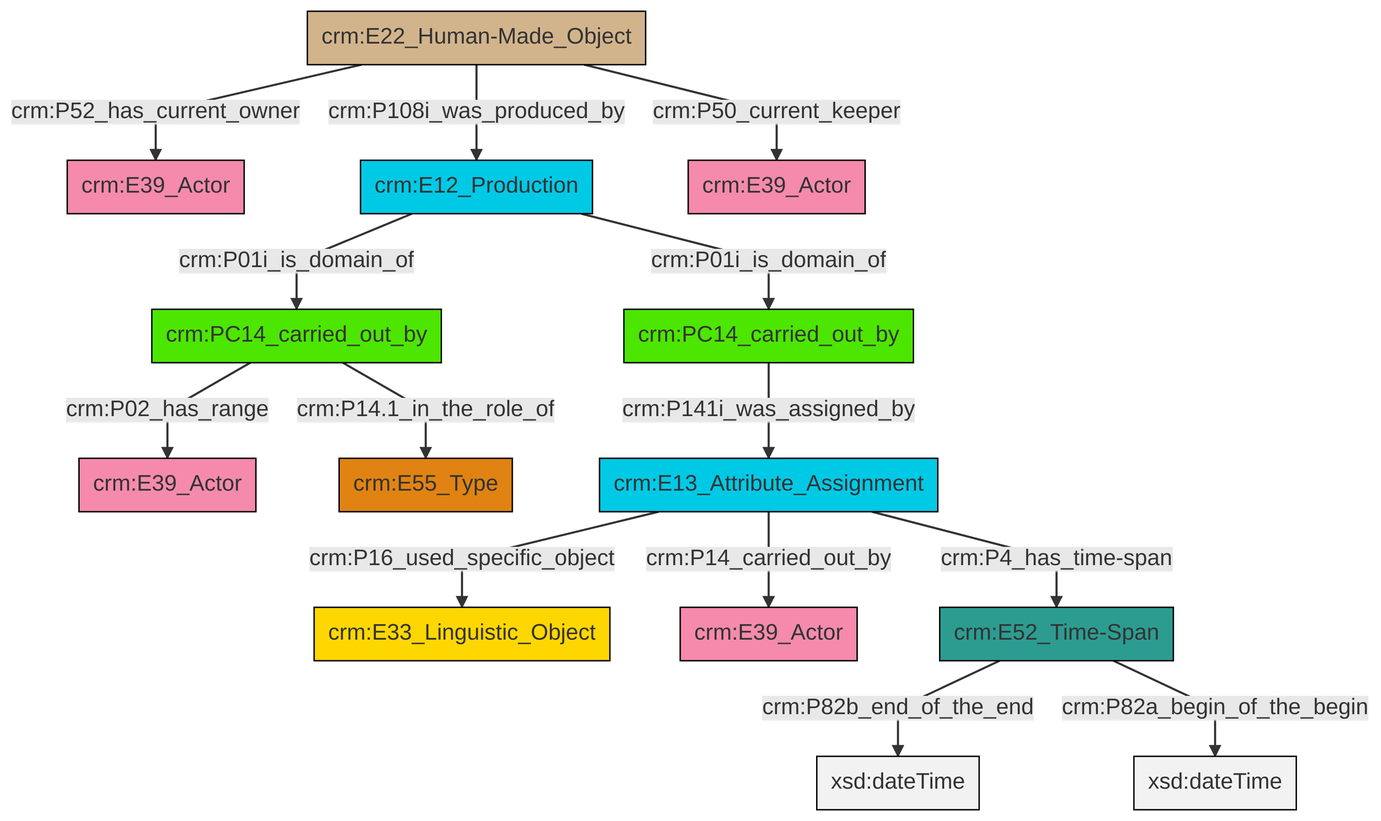
Before: et/carrierCSV/ttl/mmd/png/carrier_relations.png, a diagram exported from Mermaid (swiss-art-research-net/docs.swissartresearch). Its source is kept beside it as et/carrierCSV/ttl/mmd/carrier_relations.ttl.mmd.
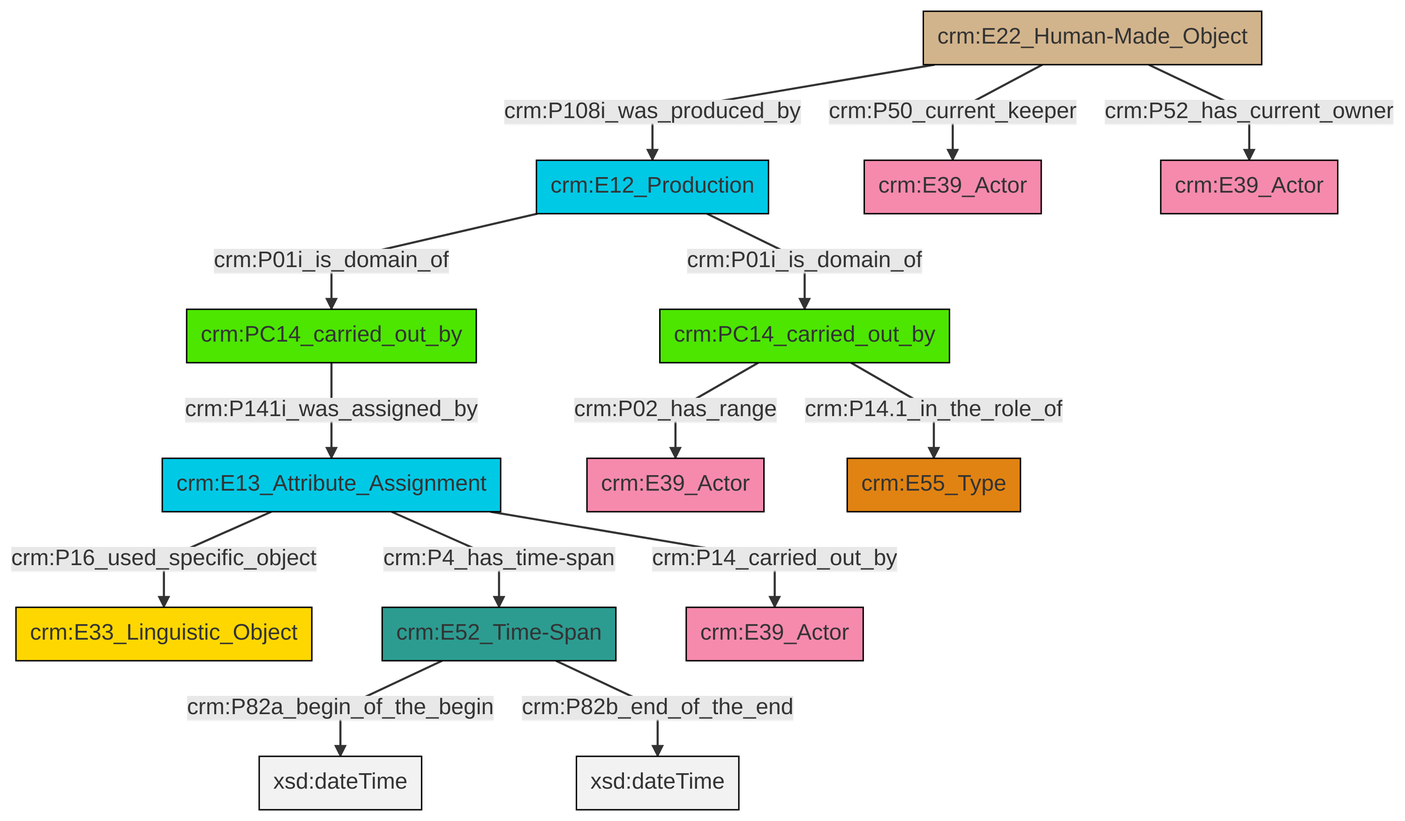
The same file after the commit.

Diff of the diagram source:
```diff
@@ -13,16 +13,16 @@
 classDef PC_Classes fill:#4ce600, stroke:#000000;
 classDef Multi fill:#cccccc,stroke:#000000;
 
-2["crm:PC14_carried_out_by"]:::PC_Classes -->|crm:P02_has_range| 3["crm:E39_Actor"]:::Actor
-4["crm:E13_Attribute_Assignment"]:::Temporal_Entity -->|crm:P16_used_specific_object| 5["crm:E33_Linguistic_Object"]:::Conceptual_Object
-8["crm:E52_Time-Span"]:::Time-Span -->|crm:P82b_end_of_the_end| 9[xsd:dateTime]:::Literal
-6["crm:E22_Human-Made_Object"]:::Physical_Thing -->|crm:P52_has_current_owner| 10["crm:E39_Actor"]:::Actor
-4["crm:E13_Attribute_Assignment"]:::Temporal_Entity -->|crm:P14_carried_out_by| 11["crm:E39_Actor"]:::Actor
-6["crm:E22_Human-Made_Object"]:::Physical_Thing -->|crm:P108i_was_produced_by| 17["crm:E12_Production"]:::Temporal_Entity
-8["crm:E52_Time-Span"]:::Time-Span -->|crm:P82a_begin_of_the_begin| 19[xsd:dateTime]:::Literal
-0["crm:PC14_carried_out_by"]:::PC_Classes -->|crm:P141i_was_assigned_by| 4["crm:E13_Attribute_Assignment"]:::Temporal_Entity
-2["crm:PC14_carried_out_by"]:::PC_Classes -->|crm:P14.1_in_the_role_of| 12["crm:E55_Type"]:::Type
-4["crm:E13_Attribute_Assignment"]:::Temporal_Entity -->|crm:P4_has_time-span| 8["crm:E52_Time-Span"]:::Time-Span
-17["crm:E12_Production"]:::Temporal_Entity -->|crm:P01i_is_domain_of| 2["crm:PC14_carried_out_by"]:::PC_Classes
-17["crm:E12_Production"]:::Temporal_Entity -->|crm:P01i_is_domain_of| 0["crm:PC14_carried_out_by"]:::PC_Classes
-6["crm:E22_Human-Made_Object"]:::Physical_Thing -->|crm:P50_current_keeper| 15["crm:E39_Actor"]:::Actor
+0["crm:PC14_carried_out_by"]:::PC_Classes -->|crm:P141i_was_assigned_by| 2["crm:E13_Attribute_Assignment"]:::Temporal_Entity
+3["crm:E12_Production"]:::Temporal_Entity -->|crm:P01i_is_domain_of| 0["crm:PC14_carried_out_by"]:::PC_Classes
+6["crm:PC14_carried_out_by"]:::PC_Classes -->|crm:P02_has_range| 7["crm:E39_Actor"]:::Actor
+10["crm:E52_Time-Span"]:::Time-Span -->|crm:P82a_begin_of_the_begin| 11[xsd:dateTime]:::Literal
+13["crm:E22_Human-Made_Object"]:::Physical_Thing -->|crm:P50_current_keeper| 8["crm:E39_Actor"]:::Actor
+10["crm:E52_Time-Span"]:::Time-Span -->|crm:P82b_end_of_the_end| 14[xsd:dateTime]:::Literal
+3["crm:E12_Production"]:::Temporal_Entity -->|crm:P01i_is_domain_of| 6["crm:PC14_carried_out_by"]:::PC_Classes
+13["crm:E22_Human-Made_Object"]:::Physical_Thing -->|crm:P108i_was_produced_by| 3["crm:E12_Production"]:::Temporal_Entity
+2["crm:E13_Attribute_Assignment"]:::Temporal_Entity -->|crm:P14_carried_out_by| 17["crm:E39_Actor"]:::Actor
+2["crm:E13_Attribute_Assignment"]:::Temporal_Entity -->|crm:P4_has_time-span| 10["crm:E52_Time-Span"]:::Time-Span
+6["crm:PC14_carried_out_by"]:::PC_Classes -->|crm:P14.1_in_the_role_of| 18["crm:E55_Type"]:::Type
+13["crm:E22_Human-Made_Object"]:::Physical_Thing -->|crm:P52_has_current_owner| 20["crm:E39_Actor"]:::Actor
+2["crm:E13_Attribute_Assignment"]:::Temporal_Entity -->|crm:P16_used_specific_object| 4["crm:E33_Linguistic_Object"]:::Conceptual_Object
```
